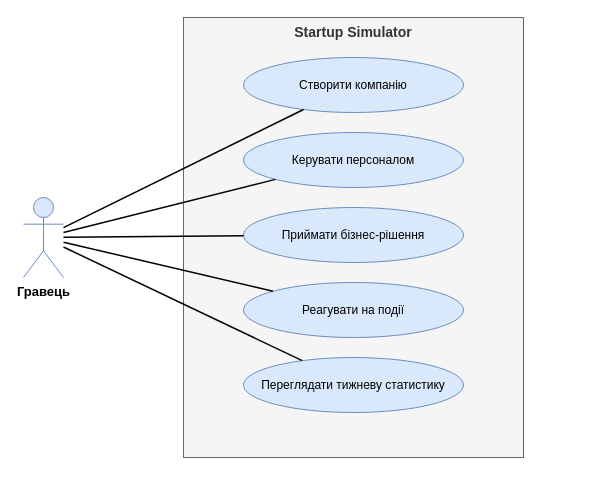
yehor-kostiuk/sim keeps this draw.io diagram as page "Use Case" (1 of 3) of docs/model/startup-sim.drawio.xml. Above is the earlier version. Source tidied: cells renumbered, new cells numbered last; positions are measured from the earlier drawing's top-left corner, leaving out a move shared by most shapes. Both pictures are drawn from the tidied source at 100%, with x=0, y=0 at pixel (23, 17).
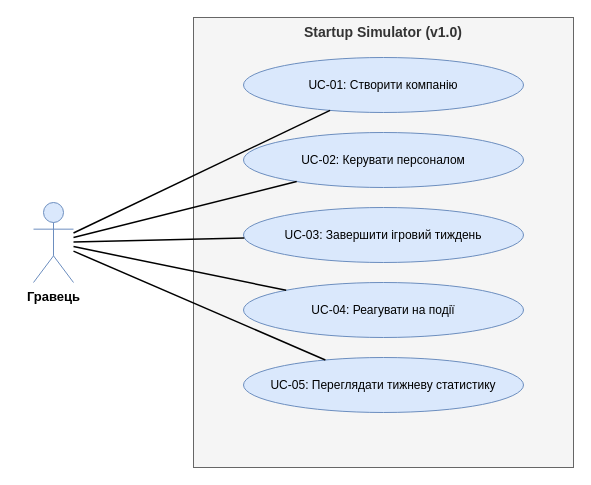
The same diagram, later.

Change to the diagram source:
```diff
@@
 <mxGraphModel>
   <root>
     <mxCell id="0" />
     <mxCell id="1" parent="0" />
-    <mxCell id="2" value="Startup Simulator" style="rounded=0;whiteSpace=wrap;html=1;verticalAlign=top;fontStyle=1;fontSize=14;fillColor=#f5f5f5;strokeColor=#666666;fontColor=#333333;" parent="1" vertex="1">
-      <mxGeometry x="160" width="340" height="440" as="geometry" />
+    <mxCell id="2" value="Startup Simulator (v1.0)" style="rounded=0;whiteSpace=wrap;html=1;verticalAlign=top;fontStyle=1;fontSize=14;fillColor=#f5f5f5;strokeColor=#666666;fontColor=#333333;" parent="1" vertex="1">
+      <mxGeometry x="170" width="380" height="450" as="geometry" />
     </mxCell>
     <mxCell id="3" value="Гравець" style="shape=umlActor;verticalLabelPosition=bottom;verticalAlign=top;html=1;outlineConnect=0;fontStyle=1;fontSize=13;fillColor=#dae8fc;strokeColor=#6c8ebf;" parent="1" vertex="1">
-      <mxGeometry y="180" width="40" height="80" as="geometry" />
+      <mxGeometry x="10" y="185" width="40" height="80" as="geometry" />
     </mxCell>
-    <mxCell id="4" value="Створити компанію" style="ellipse;whiteSpace=wrap;html=1;fillColor=#dae8fc;strokeColor=#6c8ebf;fontSize=12;" parent="1" vertex="1">
-      <mxGeometry x="220" y="40" width="220" height="55" as="geometry" />
+    <mxCell id="4" value="UC-01: Створити компанію" style="ellipse;whiteSpace=wrap;html=1;fillColor=#dae8fc;strokeColor=#6c8ebf;fontSize=12;" parent="1" vertex="1">
+      <mxGeometry x="220" y="40" width="280" height="55" as="geometry" />
     </mxCell>
-    <mxCell id="5" value="Керувати персоналом" style="ellipse;whiteSpace=wrap;html=1;fillColor=#dae8fc;strokeColor=#6c8ebf;fontSize=12;" parent="1" vertex="1">
-      <mxGeometry x="220" y="115" width="220" height="55" as="geometry" />
+    <mxCell id="5" value="UC-02: Керувати персоналом" style="ellipse;whiteSpace=wrap;html=1;fillColor=#dae8fc;strokeColor=#6c8ebf;fontSize=12;" parent="1" vertex="1">
+      <mxGeometry x="220" y="115" width="280" height="55" as="geometry" />
     </mxCell>
-    <mxCell id="6" value="Приймати бізнес-рішення" style="ellipse;whiteSpace=wrap;html=1;fillColor=#dae8fc;strokeColor=#6c8ebf;fontSize=12;" parent="1" vertex="1">
-      <mxGeometry x="220" y="190" width="220" height="55" as="geometry" />
+    <mxCell id="6" value="UC-03: Завершити ігровий тиждень" style="ellipse;whiteSpace=wrap;html=1;fillColor=#dae8fc;strokeColor=#6c8ebf;fontSize=12;" parent="1" vertex="1">
+      <mxGeometry x="220" y="190" width="280" height="55" as="geometry" />
     </mxCell>
-    <mxCell id="7" value="Реагувати на події" style="ellipse;whiteSpace=wrap;html=1;fillColor=#dae8fc;strokeColor=#6c8ebf;fontSize=12;" parent="1" vertex="1">
-      <mxGeometry x="220" y="265" width="220" height="55" as="geometry" />
+    <mxCell id="7" value="UC-04: Реагувати на події" style="ellipse;whiteSpace=wrap;html=1;fillColor=#dae8fc;strokeColor=#6c8ebf;fontSize=12;" parent="1" vertex="1">
+      <mxGeometry x="220" y="265" width="280" height="55" as="geometry" />
     </mxCell>
-    <mxCell id="8" value="Переглядати тижневу статистику" style="ellipse;whiteSpace=wrap;html=1;fillColor=#dae8fc;strokeColor=#6c8ebf;fontSize=12;" parent="1" vertex="1">
-      <mxGeometry x="220" y="340" width="220" height="55" as="geometry" />
+    <mxCell id="8" value="UC-05: Переглядати тижневу статистику" style="ellipse;whiteSpace=wrap;html=1;fillColor=#dae8fc;strokeColor=#6c8ebf;fontSize=12;" parent="1" vertex="1">
+      <mxGeometry x="220" y="340" width="280" height="55" as="geometry" />
     </mxCell>
     <mxCell id="9" style="endArrow=none;html=1;strokeWidth=1.5;" parent="1" edge="1" source="3" target="4">
       <mxGeometry relative="1" as="geometry" />
     </mxCell>
     <mxCell id="10" style="endArrow=none;html=1;strokeWidth=1.5;" parent="1" edge="1" source="3" target="5">
       <mxGeometry relative="1" as="geometry" />
     </mxCell>
     <mxCell id="11" style="endArrow=none;html=1;strokeWidth=1.5;" parent="1" edge="1" source="3" target="6">
       <mxGeometry relative="1" as="geometry" />
     </mxCell>
     <mxCell id="12" style="endArrow=none;html=1;strokeWidth=1.5;" parent="1" edge="1" source="3" target="7">
       <mxGeometry relative="1" as="geometry" />
     </mxCell>
     <mxCell id="13" style="endArrow=none;html=1;strokeWidth=1.5;" parent="1" edge="1" source="3" target="8">
       <mxGeometry relative="1" as="geometry" />
     </mxCell>
   </root>
 </mxGraphModel>
```
